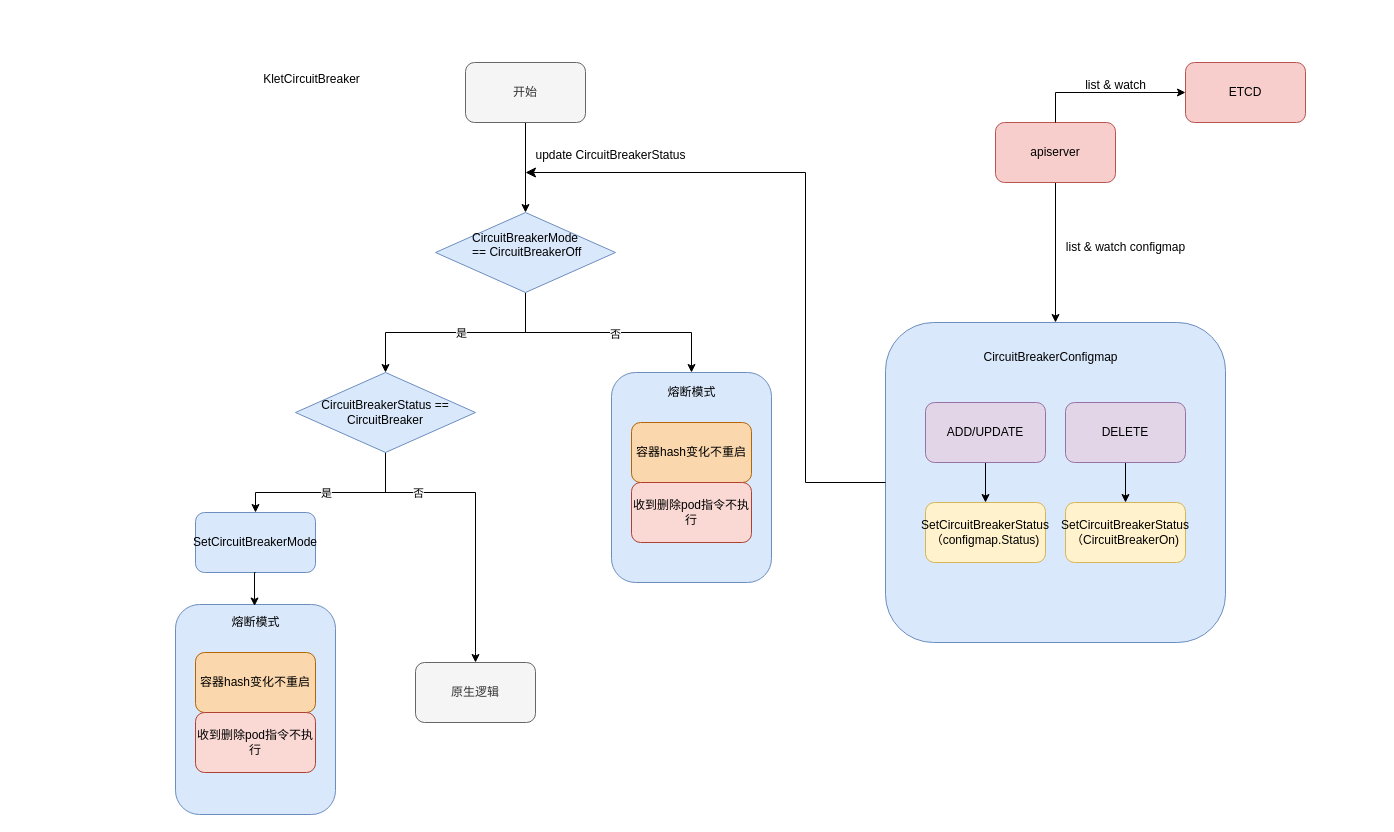
Earlier version of the draw.io diagram page "集群大规模异常重启熔断方案" (7 of 7) of kubelet/kubelet.drawio (jingrenzhou/drawio). Source tidied: cells renumbered, new cells numbered last; positions are measured from the earlier drawing's top-left corner, leaving out a move shared by most shapes. Both pictures are drawn from the tidied source at 100%, with x=0, y=0 at pixel (175, 62).
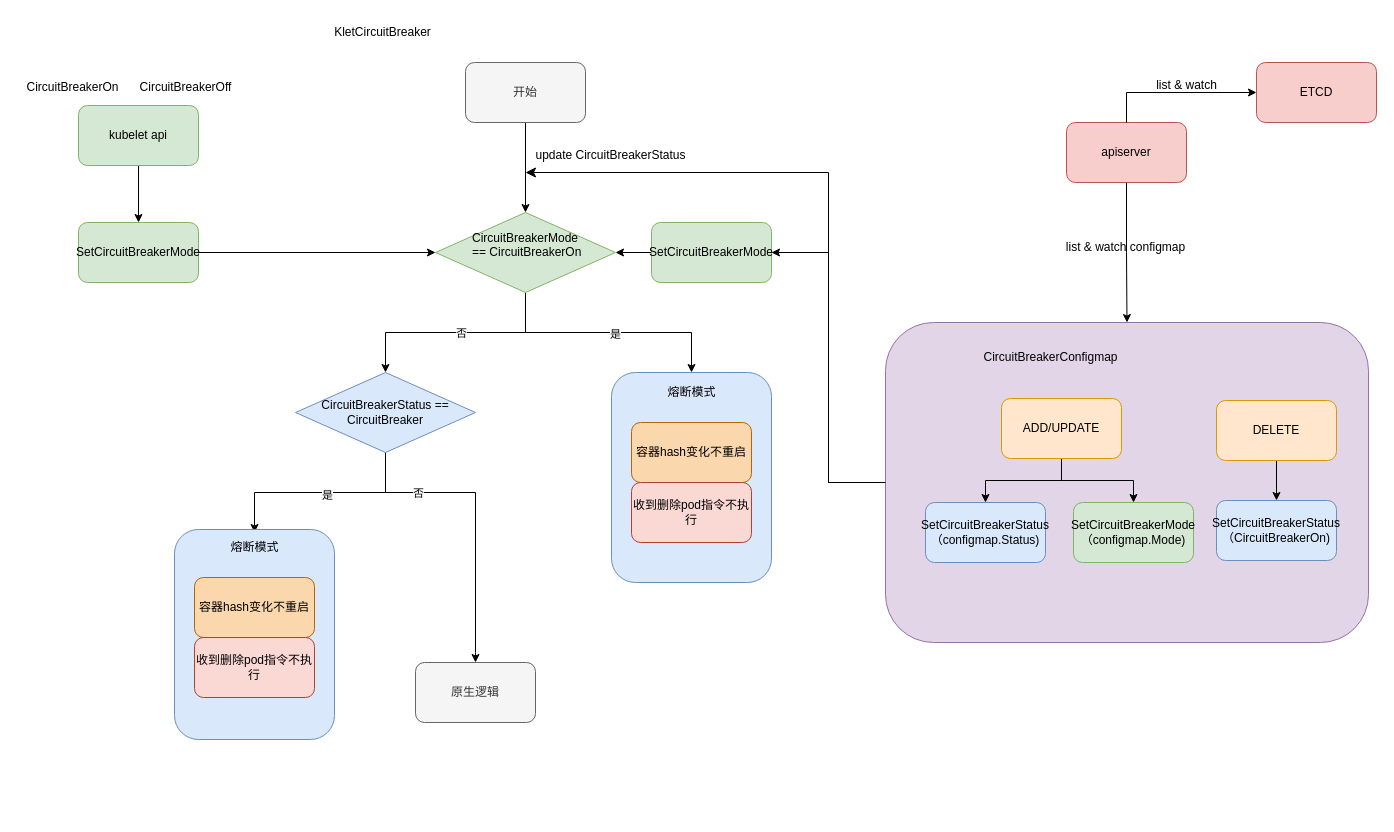
After the change.

Unchanged cells that the change refers to:
```xml
<mxCell id="3" style="edgeStyle=orthogonalEdgeStyle;rounded=0;jettySize=auto;html=1;exitX=0.5;exitY=1;exitDx=0;exitDy=0;entryX=0.5;entryY=0;entryDx=0;entryDy=0;" parent="1" edge="1" source="7" target="22">
  <mxGeometry relative="1" as="geometry" />
</mxCell>
<mxCell id="5" style="edgeStyle=orthogonalEdgeStyle;rounded=0;jettySize=auto;html=1;exitX=0.5;exitY=1;exitDx=0;exitDy=0;entryX=0.5;entryY=0;entryDx=0;entryDy=0;" parent="1" edge="1" source="7" target="2">
  <mxGeometry relative="1" as="geometry" />
</mxCell>
<mxCell id="22" value="CircuitBreakerStatus == CircuitBreaker" style="rhombus;whiteSpace=wrap;html=1;fillColor=#dae8fc;strokeColor=#6c8ebf;" parent="1" vertex="1">
  <mxGeometry x="120" y="310" width="180" height="80" as="geometry" />
</mxCell>
```

The edit, as a diff of the source:
```diff
@@
-    <mxCell id="4" value="是" style="edgeLabel;html=1;align=center;verticalAlign=middle;" parent="3" vertex="1">
+    <mxCell id="4" value="否" style="edgeLabel;html=1;align=center;verticalAlign=middle;" parent="3" vertex="1">
       <mxGeometry x="-0.05" relative="1" as="geometry" />
     </mxCell>
@@
-    <mxCell id="6" value="否" style="edgeLabel;html=1;align=center;verticalAlign=middle;" parent="5" vertex="1">
+    <mxCell id="6" value="是" style="edgeLabel;html=1;align=center;verticalAlign=middle;" parent="5" vertex="1">
       <mxGeometry x="0.05" y="-1" relative="1" as="geometry" />
     </mxCell>
-    <mxCell id="7" value="CircuitBreakerMode&lt;br&gt;&amp;nbsp;== CircuitBreakerOff&lt;br&gt;&amp;nbsp;" style="rhombus;whiteSpace=wrap;html=1;fillColor=#dae8fc;strokeColor=#6c8ebf;" parent="1" vertex="1">
+    <mxCell id="7" value="CircuitBreakerMode&lt;br&gt;&amp;nbsp;== CircuitBreakerOn&lt;br&gt;&amp;nbsp;" style="rhombus;whiteSpace=wrap;html=1;fillColor=#d5e8d4;strokeColor=#82b366;" parent="1" vertex="1">
       <mxGeometry x="260" y="150" width="180" height="80" as="geometry" />
     </mxCell>
@@
     <mxCell id="11" value="apiserver" style="rounded=1;whiteSpace=wrap;html=1;fillColor=#f8cecc;strokeColor=#b85450;" parent="1" vertex="1">
-      <mxGeometry x="820" y="60" width="120" height="60" as="geometry" />
+      <mxGeometry x="891" y="60" width="120" height="60" as="geometry" />
     </mxCell>
+    <mxCell id="42" style="edgeStyle=orthogonalEdgeStyle;rounded=0;jettySize=auto;html=1;exitX=0;exitY=0.5;exitDx=0;exitDy=0;entryX=1;entryY=0.5;entryDx=0;entryDy=0;" parent="1" edge="1" source="12" target="52">
+      <mxGeometry relative="1" as="geometry" />
+    </mxCell>
-    <mxCell id="12" style="rounded=1;whiteSpace=wrap;html=1;fillColor=#dae8fc;strokeColor=#6c8ebf;" parent="1" vertex="1">
-      <mxGeometry x="710" y="260" width="340" height="320" as="geometry" />
+    <mxCell id="12" style="rounded=1;whiteSpace=wrap;html=1;fillColor=#e1d5e7;strokeColor=#9673a6;" parent="1" vertex="1">
+      <mxGeometry x="710" y="260" width="483" height="320" as="geometry" />
     </mxCell>
     <mxCell id="13" value="ETCD" style="rounded=1;whiteSpace=wrap;html=1;fillColor=#f8cecc;strokeColor=#b85450;" parent="1" vertex="1">
-      <mxGeometry x="1010" width="120" height="60" as="geometry" />
+      <mxGeometry x="1081" width="120" height="60" as="geometry" />
     </mxCell>
@@
     <mxCell id="15" value="list &amp;amp; watch" style="text;html=1;align=center;verticalAlign=middle;strokeColor=none;fillColor=none;" parent="1" vertex="1">
-      <mxGeometry x="900" y="8" width="80" height="30" as="geometry" />
+      <mxGeometry x="971" y="8" width="80" height="30" as="geometry" />
     </mxCell>
@@
-    <mxCell id="20" style="edgeStyle=orthogonalEdgeStyle;rounded=0;jettySize=auto;html=1;exitX=0.5;exitY=1;exitDx=0;exitDy=0;entryX=0.5;entryY=0;entryDx=0;entryDy=0;" parent="1" edge="1" source="22" target="31">
-      <mxGeometry relative="1" as="geometry">
-        <Array as="points">
-          <mxPoint x="210" y="430" />
-          <mxPoint x="80" y="430" />
-        </Array>
-      </mxGeometry>
-    </mxCell>
+    <mxCell id="43" style="edgeStyle=orthogonalEdgeStyle;rounded=0;jettySize=auto;html=1;exitX=0.5;exitY=1;exitDx=0;exitDy=0;" parent="1" edge="1" source="22" target="30">
+      <mxGeometry relative="1" as="geometry" />
+    </mxCell>
-    <mxCell id="21" value="是" style="edgeLabel;html=1;align=center;verticalAlign=middle;" parent="20" vertex="1">
-      <mxGeometry x="0.05" relative="1" as="geometry" />
+    <mxCell id="21" value="是" style="edgeLabel;html=1;align=center;verticalAlign=middle;" parent="43" vertex="1">
+      <mxGeometry x="-0.06" y="2" relative="1" as="geometry" />
     </mxCell>
@@
     <mxCell id="27" style="rounded=1;whiteSpace=wrap;html=1;fillColor=#dae8fc;strokeColor=#6c8ebf;" parent="1" vertex="1">
-      <mxGeometry y="542" width="160" height="210" as="geometry" />
+      <mxGeometry x="-1" y="467" width="160" height="210" as="geometry" />
     </mxCell>
     <mxCell id="28" value="容器hash变化不重启" style="rounded=1;whiteSpace=wrap;html=1;fillColor=#fad7ac;strokeColor=#b46504;" parent="1" vertex="1">
-      <mxGeometry x="20" y="590" width="120" height="60" as="geometry" />
+      <mxGeometry x="19" y="515" width="120" height="60" as="geometry" />
     </mxCell>
     <mxCell id="29" value="收到删除pod指令不执行" style="rounded=1;whiteSpace=wrap;html=1;fillColor=#fad9d5;strokeColor=#ae4132;" parent="1" vertex="1">
-      <mxGeometry x="20" y="650" width="120" height="60" as="geometry" />
+      <mxGeometry x="19" y="575" width="120" height="60" as="geometry" />
     </mxCell>
     <mxCell id="30" value="熔断模式" style="text;html=1;align=center;verticalAlign=middle;points=[];strokeColor=none;fillColor=none;" parent="1" vertex="1">
-      <mxGeometry x="45" y="545" width="70" height="30" as="geometry" />
+      <mxGeometry x="44" y="470" width="70" height="30" as="geometry" />
     </mxCell>
+    <mxCell id="44" style="edgeStyle=orthogonalEdgeStyle;rounded=0;jettySize=auto;html=1;exitX=1;exitY=0.5;exitDx=0;exitDy=0;entryX=0;entryY=0.5;entryDx=0;entryDy=0;" parent="1" edge="1" source="31" target="7">
+      <mxGeometry relative="1" as="geometry" />
+    </mxCell>
-    <mxCell id="31" value="SetCircuitBreakerMode" style="rounded=1;whiteSpace=wrap;html=1;fillColor=#dae8fc;strokeColor=#6c8ebf;" parent="1" vertex="1">
-      <mxGeometry x="20" y="450" width="120" height="60" as="geometry" />
+    <mxCell id="31" value="SetCircuitBreakerMode" style="rounded=1;whiteSpace=wrap;html=1;fillColor=#d5e8d4;strokeColor=#82b366;" parent="1" vertex="1">
+      <mxGeometry x="-97" y="160" width="120" height="60" as="geometry" />
     </mxCell>
-    <mxCell id="32" style="edgeStyle=orthogonalEdgeStyle;rounded=0;jettySize=auto;html=1;exitX=0.5;exitY=1;exitDx=0;exitDy=0;entryX=0.486;entryY=-0.05;entryDx=0;entryDy=0;entryPerimeter=0;" parent="1" edge="1" source="31" target="30">
-      <mxGeometry relative="1" as="geometry" />
-    </mxCell>
     <mxCell id="33" value="KletCircuitBreaker" style="text;html=1;align=center;verticalAlign=middle;strokeColor=none;fillColor=none;" parent="1" vertex="1">
-      <mxGeometry x="76" y="2" width="120" height="30" as="geometry" />
+      <mxGeometry x="147" y="-45" width="120" height="30" as="geometry" />
     </mxCell>
@@
+    <mxCell id="45" style="edgeStyle=orthogonalEdgeStyle;rounded=0;jettySize=auto;html=1;exitX=0.5;exitY=1;exitDx=0;exitDy=0;entryX=0.5;entryY=0;entryDx=0;entryDy=0;" parent="1" edge="1" source="35" target="50">
+      <mxGeometry relative="1" as="geometry" />
+    </mxCell>
-    <mxCell id="35" value="ADD/UPDATE" style="rounded=1;whiteSpace=wrap;html=1;fillColor=#e1d5e7;strokeColor=#9673a6;" parent="1" vertex="1">
-      <mxGeometry x="750" y="340" width="120" height="60" as="geometry" />
+    <mxCell id="35" value="ADD/UPDATE" style="rounded=1;whiteSpace=wrap;html=1;fillColor=#ffe6cc;strokeColor=#d79b00;" parent="1" vertex="1">
+      <mxGeometry x="826" y="336" width="120" height="60" as="geometry" />
     </mxCell>
@@
-    <mxCell id="37" value="DELETE" style="rounded=1;whiteSpace=wrap;html=1;fillColor=#e1d5e7;strokeColor=#9673a6;" parent="1" vertex="1">
-      <mxGeometry x="890" y="340" width="120" height="60" as="geometry" />
+    <mxCell id="37" value="DELETE" style="rounded=1;whiteSpace=wrap;html=1;fillColor=#ffe6cc;strokeColor=#d79b00;" parent="1" vertex="1">
+      <mxGeometry x="1041" y="338" width="120" height="60" as="geometry" />
     </mxCell>
-    <mxCell id="38" value="SetCircuitBreakerStatus（configmap.Status)" style="rounded=1;whiteSpace=wrap;html=1;fillColor=#fff2cc;strokeColor=#d6b656;" parent="1" vertex="1">
+    <mxCell id="38" value="SetCircuitBreakerStatus（configmap.Status)" style="rounded=1;whiteSpace=wrap;html=1;fillColor=#dae8fc;strokeColor=#6c8ebf;" parent="1" vertex="1">
       <mxGeometry x="750" y="440" width="120" height="60" as="geometry" />
     </mxCell>
-    <mxCell id="39" value="SetCircuitBreakerStatus（CircuitBreakerOn)" style="rounded=1;whiteSpace=wrap;html=1;fillColor=#fff2cc;strokeColor=#d6b656;" parent="1" vertex="1">
-      <mxGeometry x="890" y="440" width="120" height="60" as="geometry" />
+    <mxCell id="39" value="SetCircuitBreakerStatus（CircuitBreakerOn)" style="rounded=1;whiteSpace=wrap;html=1;fillColor=#dae8fc;strokeColor=#6c8ebf;" parent="1" vertex="1">
+      <mxGeometry x="1041" y="438" width="120" height="60" as="geometry" />
     </mxCell>
     <mxCell id="40" style="edgeStyle=orthogonalEdgeStyle;elbow=vertical;endArrow=classic;html=1;rounded=0;endSize=8;startSize=8;" parent="1" edge="1" source="12">
       <mxGeometry relative="1" as="geometry">
         <mxPoint x="350" y="110" as="targetPoint" />
         <Array as="points">
-          <mxPoint x="630" y="420" />
-          <mxPoint x="630" y="110" />
+          <mxPoint x="653" y="420" />
+          <mxPoint x="653" y="110" />
         </Array>
       </mxGeometry>
     </mxCell>
@@
+    <mxCell id="46" style="edgeStyle=orthogonalEdgeStyle;rounded=0;jettySize=auto;html=1;exitX=0.5;exitY=1;exitDx=0;exitDy=0;entryX=0.5;entryY=0;entryDx=0;entryDy=0;" parent="1" edge="1" source="47" target="31">
+      <mxGeometry relative="1" as="geometry" />
+    </mxCell>
+    <mxCell id="47" value="kubelet api" style="rounded=1;whiteSpace=wrap;html=1;fillColor=#d5e8d4;strokeColor=#82b366;" parent="1" vertex="1">
+      <mxGeometry x="-97" y="43" width="120" height="60" as="geometry" />
+    </mxCell>
+    <mxCell id="48" value="CircuitBreakerOn" style="text;html=1;align=center;verticalAlign=middle;strokeColor=none;fillColor=none;" parent="1" vertex="1">
+      <mxGeometry x="-158" y="12" width="110" height="26" as="geometry" />
+    </mxCell>
+    <mxCell id="49" value="CircuitBreakerOff" style="text;html=1;align=center;verticalAlign=middle;strokeColor=none;fillColor=none;" parent="1" vertex="1">
+      <mxGeometry x="-45" y="12" width="110" height="26" as="geometry" />
+    </mxCell>
+    <mxCell id="50" value="SetCircuitBreakerMode（configmap.Mode)" style="rounded=1;whiteSpace=wrap;html=1;fillColor=#d5e8d4;strokeColor=#82b366;" parent="1" vertex="1">
+      <mxGeometry x="898" y="440" width="120" height="60" as="geometry" />
+    </mxCell>
+    <mxCell id="51" style="edgeStyle=orthogonalEdgeStyle;rounded=0;jettySize=auto;html=1;exitX=0;exitY=0.5;exitDx=0;exitDy=0;entryX=1;entryY=0.5;entryDx=0;entryDy=0;" parent="1" edge="1" source="52" target="7">
+      <mxGeometry relative="1" as="geometry" />
+    </mxCell>
+    <mxCell id="52" value="SetCircuitBreakerMode" style="rounded=1;whiteSpace=wrap;html=1;fillColor=#d5e8d4;strokeColor=#82b366;" parent="1" vertex="1">
+      <mxGeometry x="476" y="160" width="120" height="60" as="geometry" />
+    </mxCell>
```
